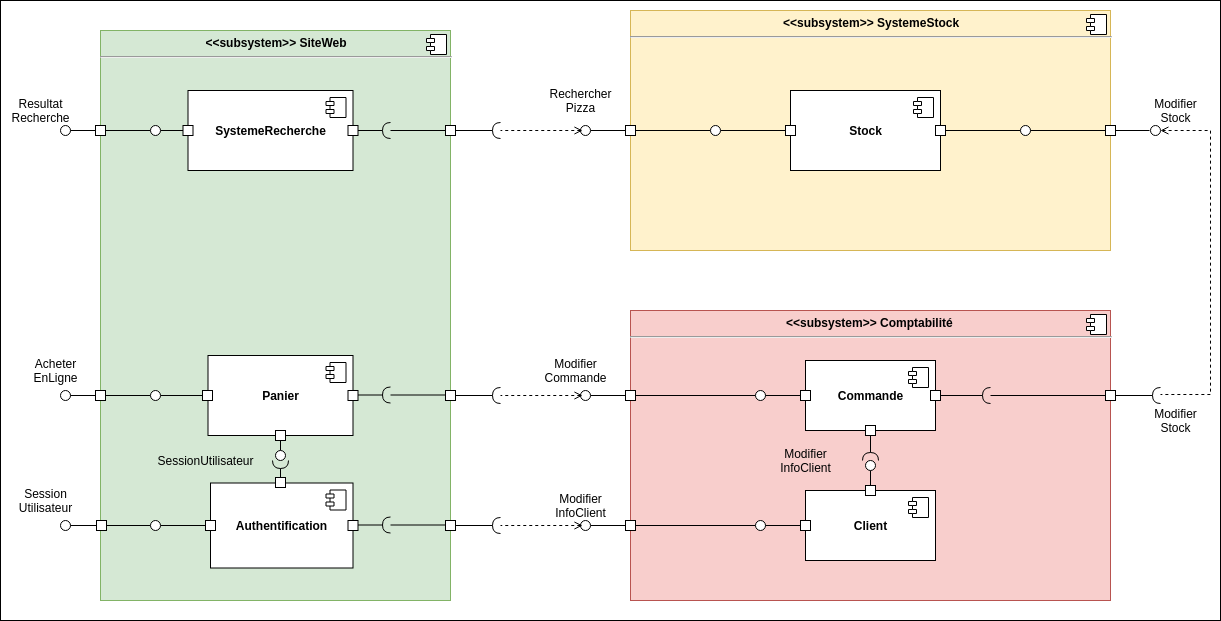
micktymoon/P6_pelletier_c-line keeps this draw.io diagram as Diag_component_commande_web.png. Above is the earlier version. Source tidied: cells renumbered, new cells last; positions are measured from the earlier drawing's top-left corner, leaving out a move shared by most shapes.
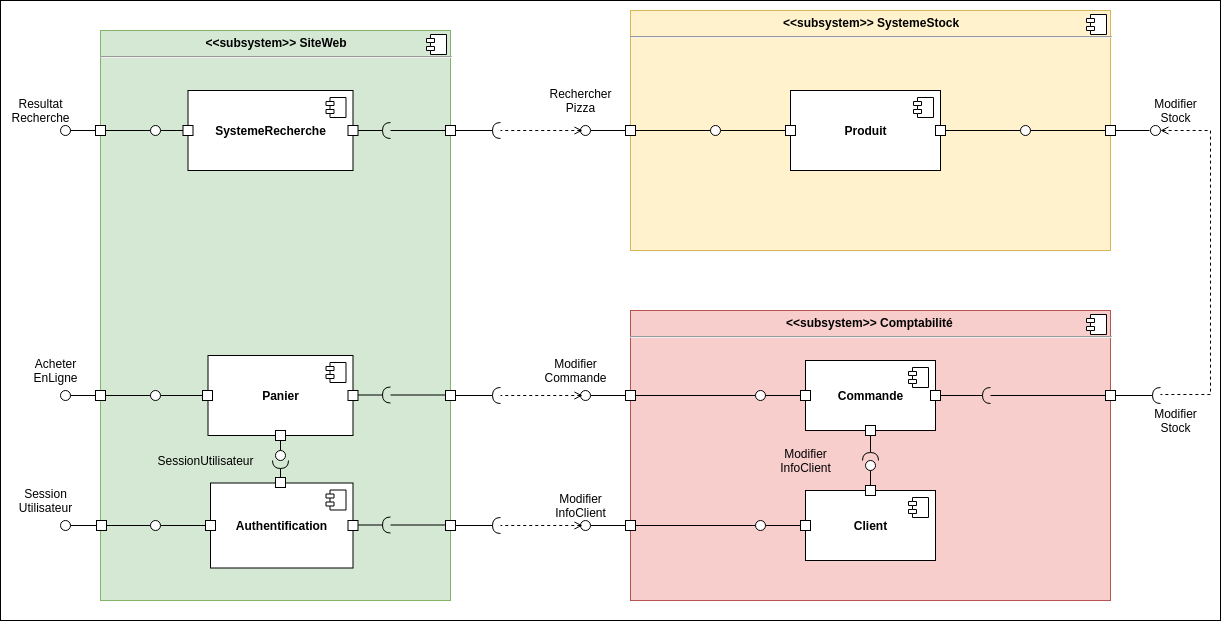
Later version of the same file.

Commit message:
changement diag commande web

The edit, as a diff of the source:
```diff
@@ -45,7 +45,7 @@
         <mxPoint x="-24" y="4" as="offset" />
       </mxGeometry>
     </mxCell>
-    <mxCell id="13" value="&lt;b&gt;Stock&lt;/b&gt;" style="html=1;" parent="1" vertex="1">
+    <mxCell id="13" value="&lt;b&gt;Produit&lt;/b&gt;" style="html=1;" parent="1" vertex="1">
       <mxGeometry x="790" y="90" width="150" height="80" as="geometry" />
     </mxCell>
     <mxCell id="14" style="shape=component;jettyWidth=8;jettyHeight=4;" parent="13" vertex="1">
```
